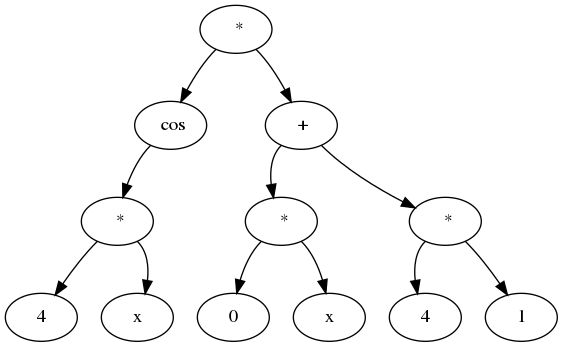
Above: diff/tree_diff.png in alextroegubov/Technotrack-C-course (Graphviz), before the change. Its source is kept beside it as diff/tree_diff.dot. Its diagram source:
```dot
digraph G {
94923691499936[label = "4"]
94923691499776[label = " *"]
94923691499776:sw ->94923691499936;
94923691499776:se ->94923691499856;
94923691499856[label = "x"]
94923691499696[label = " cos"]
94923691499696:sw ->94923691499776;
94923691498016[label = " *"]
94923691498016:sw ->94923691499696;
94923691498016:se ->94923691499136;
94923691499296[label = "0"]
94923691499216[label = " *"]
94923691499216:sw ->94923691499296;
94923691499216:se ->94923691499376;
94923691499376[label = "x"]
94923691499136[label = " +"]
94923691499136:sw ->94923691499216;
94923691499136:se ->94923691499456;
94923691499536[label = "4"]
94923691499456[label = " *"]
94923691499456:sw ->94923691499536;
94923691499456:se ->94923691499616;
94923691499616[label = "1"]

}
```
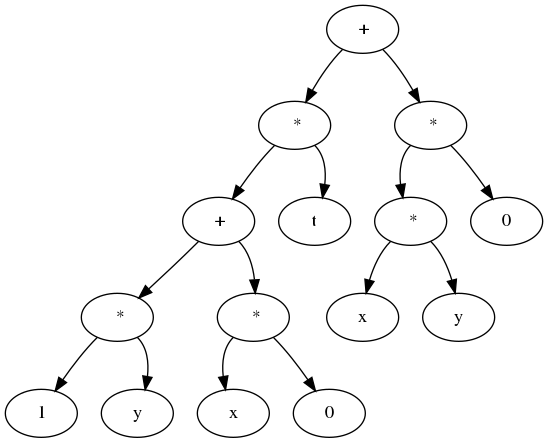
The same diagram one commit later.

Change to the diagram source:
```diff
@@ -1,26 +1,32 @@
 digraph G {
-94923691499936[label = "4"]
-94923691499776[label = " *"]
-94923691499776:sw ->94923691499936;
-94923691499776:se ->94923691499856;
-94923691499856[label = "x"]
-94923691499696[label = " cos"]
-94923691499696:sw ->94923691499776;
-94923691498016[label = " *"]
-94923691498016:sw ->94923691499696;
-94923691498016:se ->94923691499136;
-94923691499296[label = "0"]
-94923691499216[label = " *"]
-94923691499216:sw ->94923691499296;
-94923691499216:se ->94923691499376;
-94923691499376[label = "x"]
-94923691499136[label = " +"]
-94923691499136:sw ->94923691499216;
-94923691499136:se ->94923691499456;
-94923691499536[label = "4"]
-94923691499456[label = " *"]
-94923691499456:sw ->94923691499536;
-94923691499456:se ->94923691499616;
-94923691499616[label = "1"]
+93993717759936[label = "1"]
+93993717759856[label = " *"]
+93993717759856:sw ->93993717759936;
+93993717759856:se ->93993717760016;
+93993717760016[label = "y"]
+93993717759776[label = " +"]
+93993717759776:sw ->93993717759856;
+93993717759776:se ->93993717760096;
+93993717760176[label = "x"]
+93993717760096[label = " *"]
+93993717760096:sw ->93993717760176;
+93993717760096:se ->93993717760256;
+93993717760256[label = "0"]
+93993717759696[label = " *"]
+93993717759696:sw ->93993717759776;
+93993717759696:se ->93993717760336;
+93993717760336[label = "t"]
+93993717759616[label = " +"]
+93993717759616:sw ->93993717759696;
+93993717759616:se ->93993717760416;
+93993717760656[label = "x"]
+93993717760496[label = " *"]
+93993717760496:sw ->93993717760656;
+93993717760496:se ->93993717760576;
+93993717760576[label = "y"]
+93993717760416[label = " *"]
+93993717760416:sw ->93993717760496;
+93993717760416:se ->93993717760736;
+93993717760736[label = "0"]
 
 }
```
